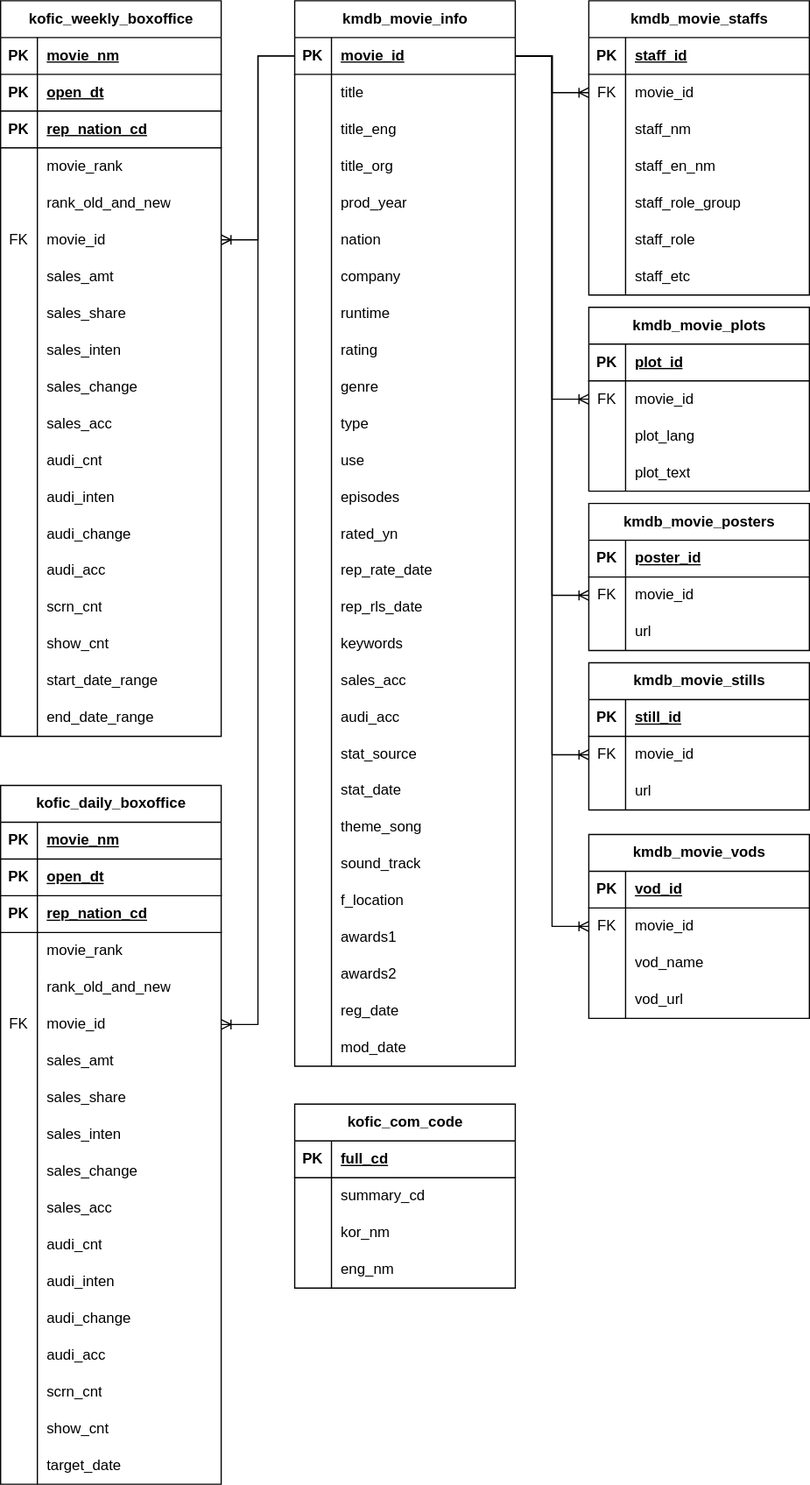
Earlier version of the draw.io export cine-info-erd.svg (moner050/cine-info). Source tidied: cells renumbered, new cells last; positions are measured from the earlier drawing's top-left corner, leaving out a move shared by most shapes.
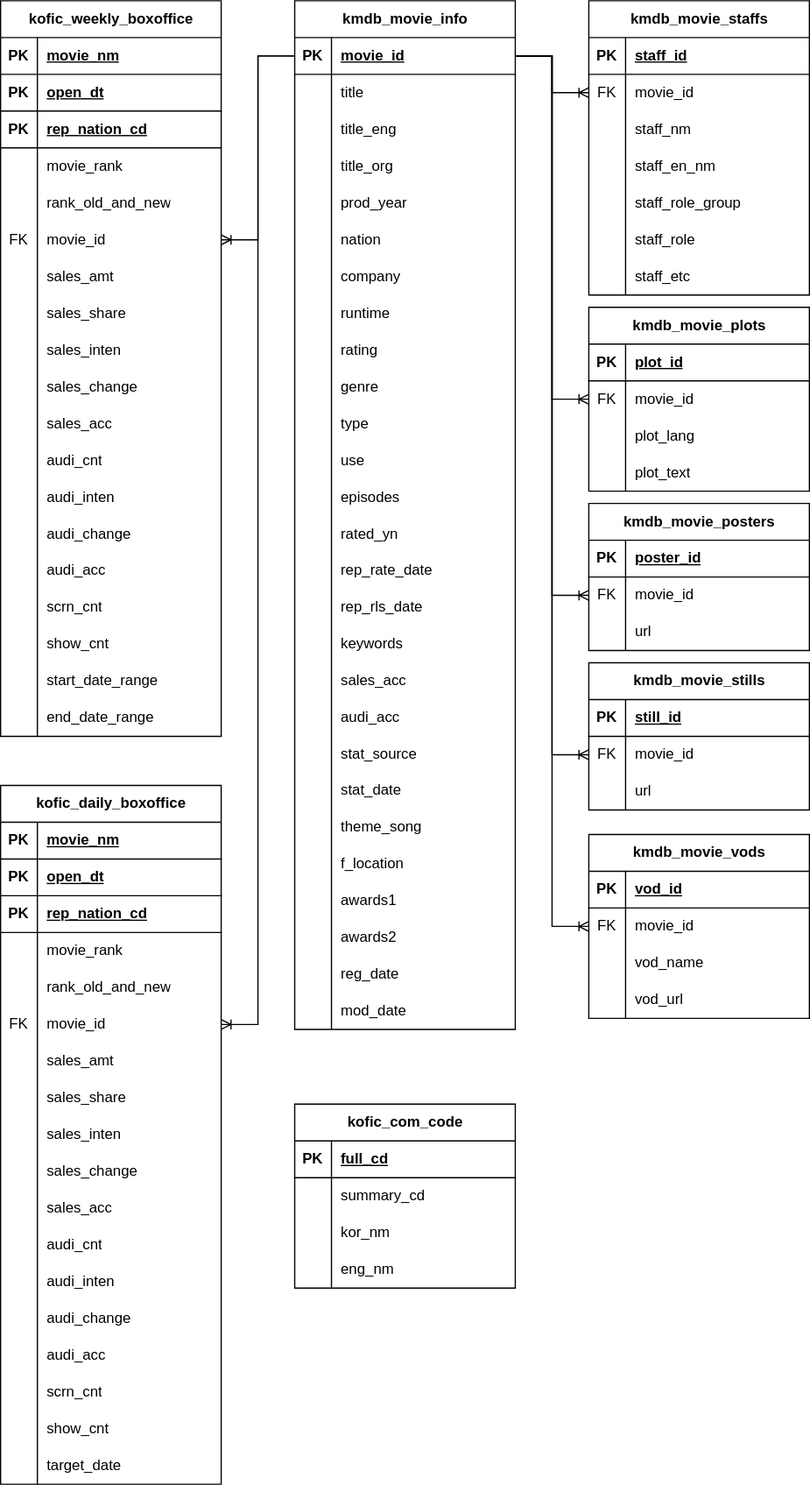
Later version of the same file.

Commit message:
Docs: 영화정보 삽입곡 컬럼 삭제

Change to the diagram source:
```diff
@@ -381,7 +381,7 @@
       <mxGeometry x="30" width="150" height="30" as="geometry" />
     </mxCell>
     <mxCell id="128" value="kmdb_movie_info" style="shape=table;startSize=30;rowLines=0;fontStyle=1;align=center;html=1;" parent="1" vertex="1">
-      <mxGeometry x="240" width="180" height="869" as="geometry" />
+      <mxGeometry x="240" width="180" height="839" as="geometry" />
     </mxCell>
     <mxCell id="129" style="shape=tableRow;horizontal=0;startSize=0;swimlaneHead=0;swimlaneBody=0;fillColor=none;points=[[0,0.5],[1,0.5]];portConstraint=eastwest;top=0;left=0;right=0;bottom=1;" parent="128" vertex="1">
       <mxGeometry y="30" width="180" height="30" as="geometry" />
@@ -581,17 +581,8 @@
     <mxCell id="194" value="theme_song" style="shape=partialRectangle;fillColor=none;top=0;left=0;bottom=0;right=0;align=left;spacingLeft=6;overflow=hidden;whiteSpace=wrap;html=1;" parent="192" vertex="1">
       <mxGeometry x="30" width="150" height="30" as="geometry" />
     </mxCell>
-    <mxCell id="195" style="shape=tableRow;horizontal=0;startSize=0;swimlaneHead=0;swimlaneBody=0;fillColor=none;top=0;left=0;right=0;bottom=0;" parent="128" vertex="1">
-      <mxGeometry y="689" width="180" height="30" as="geometry" />
-    </mxCell>
-    <mxCell id="196" style="shape=partialRectangle;fillColor=none;top=0;left=0;bottom=0;right=0;overflow=hidden;whiteSpace=wrap;html=1;" parent="195" vertex="1">
-      <mxGeometry width="30" height="30" as="geometry" />
-    </mxCell>
-    <mxCell id="197" value="sound_track" style="shape=partialRectangle;fillColor=none;top=0;left=0;bottom=0;right=0;align=left;spacingLeft=6;overflow=hidden;whiteSpace=wrap;html=1;" parent="195" vertex="1">
-      <mxGeometry x="30" width="150" height="30" as="geometry" />
-    </mxCell>
     <mxCell id="198" style="shape=tableRow;horizontal=0;startSize=0;swimlaneHead=0;swimlaneBody=0;fillColor=none;top=0;left=0;right=0;bottom=0;" parent="128" vertex="1">
-      <mxGeometry y="719" width="180" height="30" as="geometry" />
+      <mxGeometry y="689" width="180" height="30" as="geometry" />
     </mxCell>
     <mxCell id="199" style="shape=partialRectangle;fillColor=none;top=0;left=0;bottom=0;right=0;overflow=hidden;whiteSpace=wrap;html=1;" parent="198" vertex="1">
       <mxGeometry width="30" height="30" as="geometry" />
@@ -600,7 +591,7 @@
       <mxGeometry x="30" width="150" height="30" as="geometry" />
     </mxCell>
     <mxCell id="201" style="shape=tableRow;horizontal=0;startSize=0;swimlaneHead=0;swimlaneBody=0;fillColor=none;top=0;left=0;right=0;bottom=0;" parent="128" vertex="1">
-      <mxGeometry y="749" width="180" height="30" as="geometry" />
+      <mxGeometry y="719" width="180" height="30" as="geometry" />
     </mxCell>
     <mxCell id="202" style="shape=partialRectangle;fillColor=none;top=0;left=0;bottom=0;right=0;overflow=hidden;whiteSpace=wrap;html=1;" parent="201" vertex="1">
       <mxGeometry width="30" height="30" as="geometry" />
@@ -609,7 +600,7 @@
       <mxGeometry x="30" width="150" height="30" as="geometry" />
     </mxCell>
     <mxCell id="204" style="shape=tableRow;horizontal=0;startSize=0;swimlaneHead=0;swimlaneBody=0;fillColor=none;top=0;left=0;right=0;bottom=0;" parent="128" vertex="1">
-      <mxGeometry y="779" width="180" height="30" as="geometry" />
+      <mxGeometry y="749" width="180" height="30" as="geometry" />
     </mxCell>
     <mxCell id="205" style="shape=partialRectangle;fillColor=none;top=0;left=0;bottom=0;right=0;overflow=hidden;whiteSpace=wrap;html=1;" parent="204" vertex="1">
       <mxGeometry width="30" height="30" as="geometry" />
@@ -618,7 +609,7 @@
       <mxGeometry x="30" width="150" height="30" as="geometry" />
     </mxCell>
     <mxCell id="207" style="shape=tableRow;horizontal=0;startSize=0;swimlaneHead=0;swimlaneBody=0;fillColor=none;top=0;left=0;right=0;bottom=0;" parent="128" vertex="1">
-      <mxGeometry y="809" width="180" height="30" as="geometry" />
+      <mxGeometry y="779" width="180" height="30" as="geometry" />
     </mxCell>
     <mxCell id="208" style="shape=partialRectangle;fillColor=none;top=0;left=0;bottom=0;right=0;overflow=hidden;whiteSpace=wrap;html=1;" parent="207" vertex="1">
       <mxGeometry width="30" height="30" as="geometry" />
@@ -627,7 +618,7 @@
       <mxGeometry x="30" width="150" height="30" as="geometry" />
     </mxCell>
     <mxCell id="210" style="shape=tableRow;horizontal=0;startSize=0;swimlaneHead=0;swimlaneBody=0;fillColor=none;top=0;left=0;right=0;bottom=0;" parent="128" vertex="1">
-      <mxGeometry y="839" width="180" height="30" as="geometry" />
+      <mxGeometry y="809" width="180" height="30" as="geometry" />
     </mxCell>
     <mxCell id="211" style="shape=partialRectangle;fillColor=none;top=0;left=0;bottom=0;right=0;overflow=hidden;whiteSpace=wrap;html=1;" parent="210" vertex="1">
       <mxGeometry width="30" height="30" as="geometry" />
```
